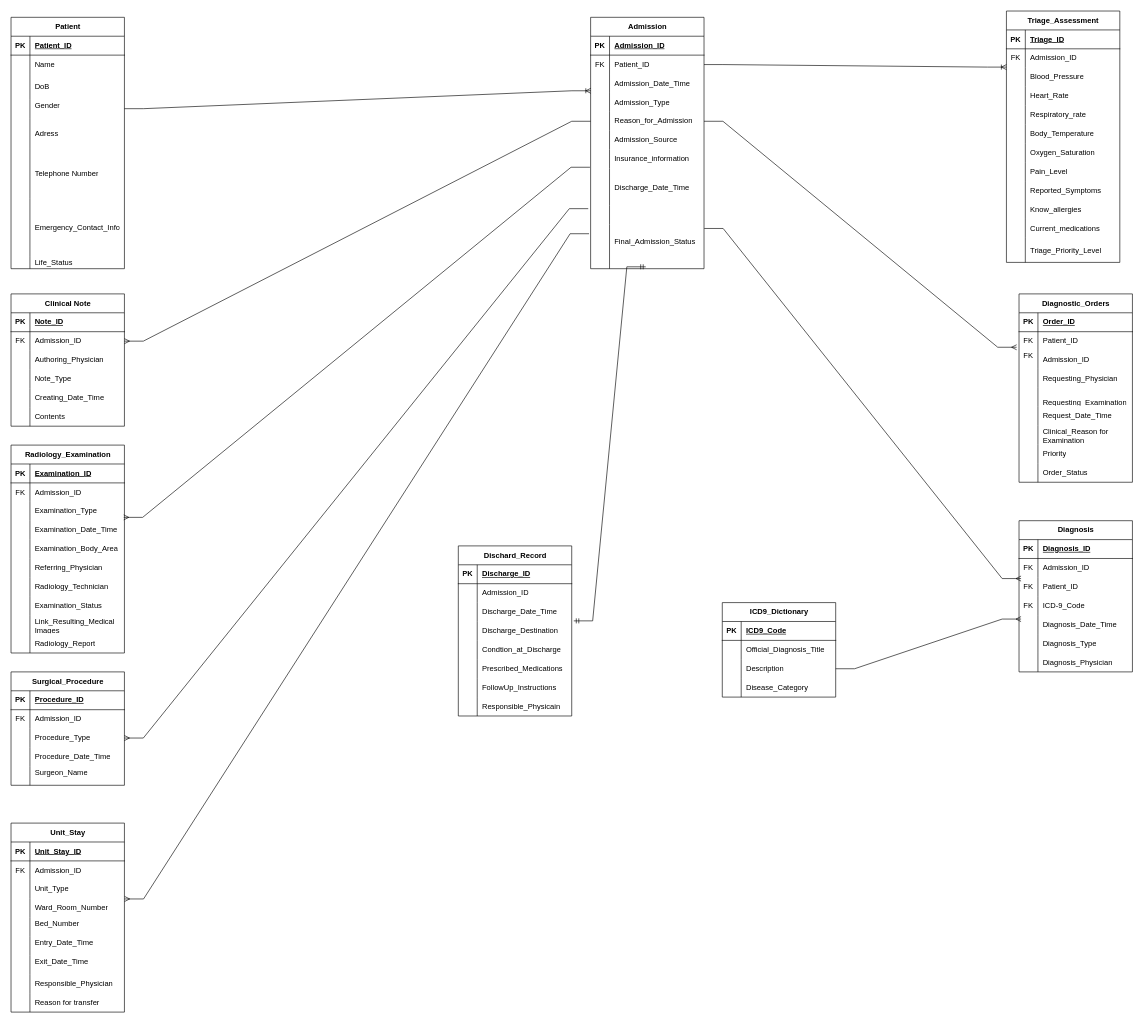
This is page "Page-1" (1 of 2) of project.drawio from fmvemba22/SOEN363, a draw.io file, before an edit. Source tidied: cells renumbered, new cells numbered last; positions are measured from the earlier drawing's top-left corner, leaving out a move shared by most shapes. Both pictures are drawn from the tidied source at 63%, with x=0, y=0 at pixel (11, 11).
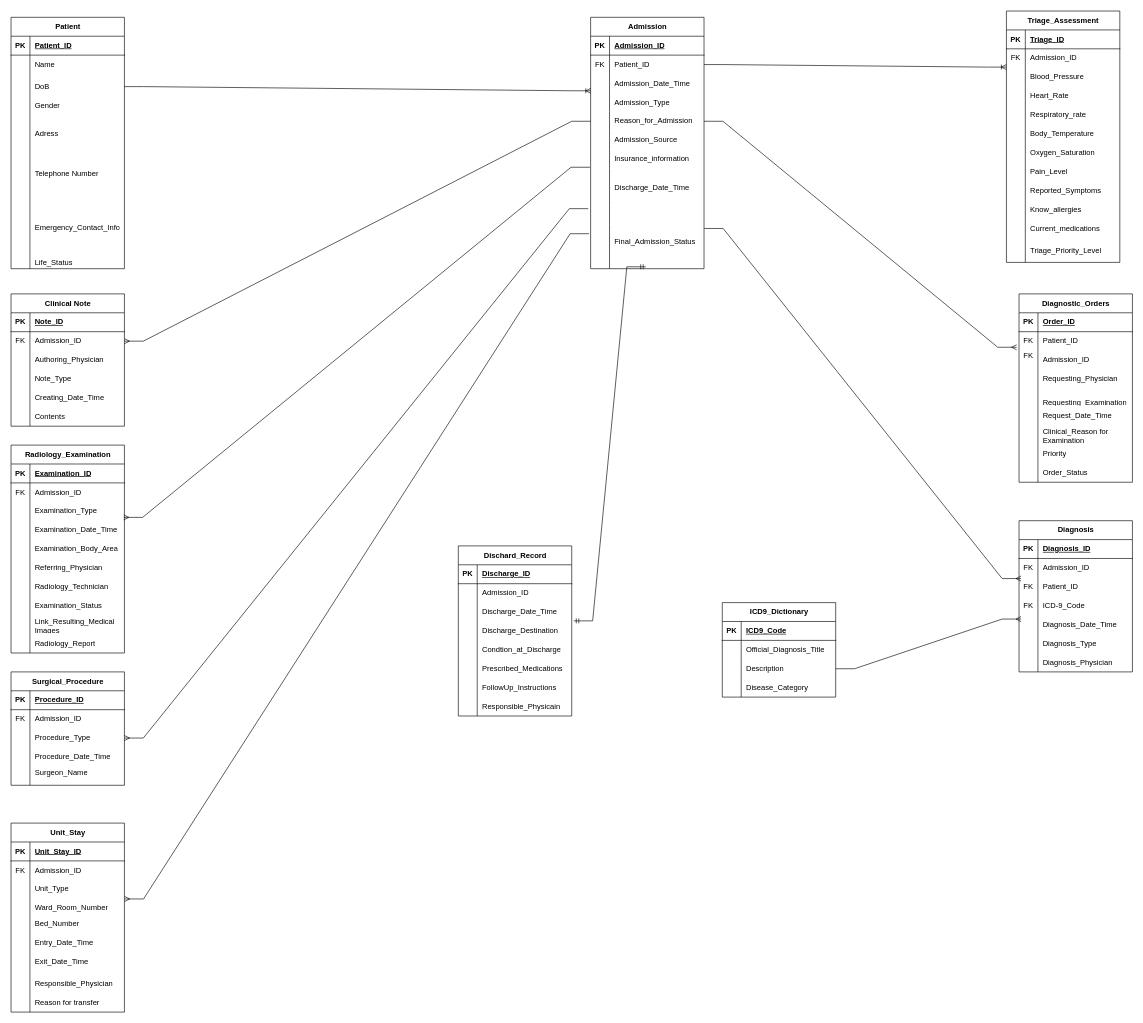
The same page after the edit.

The change refers to these unchanged cells:
```xml
<mxCell id="9" style="shape=tableRow;horizontal=0;startSize=0;swimlaneHead=0;swimlaneBody=0;fillColor=none;points=[[0,0.5],[1,0.5]];portConstraint=eastwest;top=0;left=0;right=0;bottom=0;" parent="2" vertex="1">
  <mxGeometry y="90" width="180" height="40" as="geometry" />
</mxCell>
<mxCell id="12" style="shape=tableRow;horizontal=0;startSize=0;swimlaneHead=0;swimlaneBody=0;fillColor=none;points=[[0,0.5],[1,0.5]];portConstraint=eastwest;top=0;left=0;right=0;bottom=0;" parent="2" vertex="1">
  <mxGeometry y="130" width="180" height="30" as="geometry" />
</mxCell>
<mxCell id="35" style="shape=tableRow;horizontal=0;startSize=0;swimlaneHead=0;swimlaneBody=0;fillColor=none;points=[[0,0.5],[1,0.5]];portConstraint=eastwest;top=0;left=0;right=0;bottom=0;" parent="28" vertex="1">
  <mxGeometry y="90" width="180" height="30" as="geometry" />
</mxCell>
```

The edit, as a diff of the source:
```diff
@@
-    <mxCell id="27" style="edgeStyle=entityRelationEdgeStyle;fontSize=12;html=1;endArrow=ERoneToMany;rounded=0;fontFamily=Helvetica;fontColor=default;entryX=0.002;entryY=0.886;entryDx=0;entryDy=0;entryPerimeter=0;exitX=1;exitY=0.5;exitDx=0;exitDy=0;" parent="1" edge="1" source="12" target="35">
+    <mxCell id="27" style="edgeStyle=entityRelationEdgeStyle;fontSize=12;html=1;endArrow=ERoneToMany;rounded=0;fontFamily=Helvetica;fontColor=default;entryX=0.002;entryY=0.886;entryDx=0;entryDy=0;entryPerimeter=0;exitX=1;exitY=0.5;exitDx=0;exitDy=0;" parent="1" edge="1" source="9" target="35">
       <mxGeometry relative="1" as="geometry" />
     </mxCell>
```
